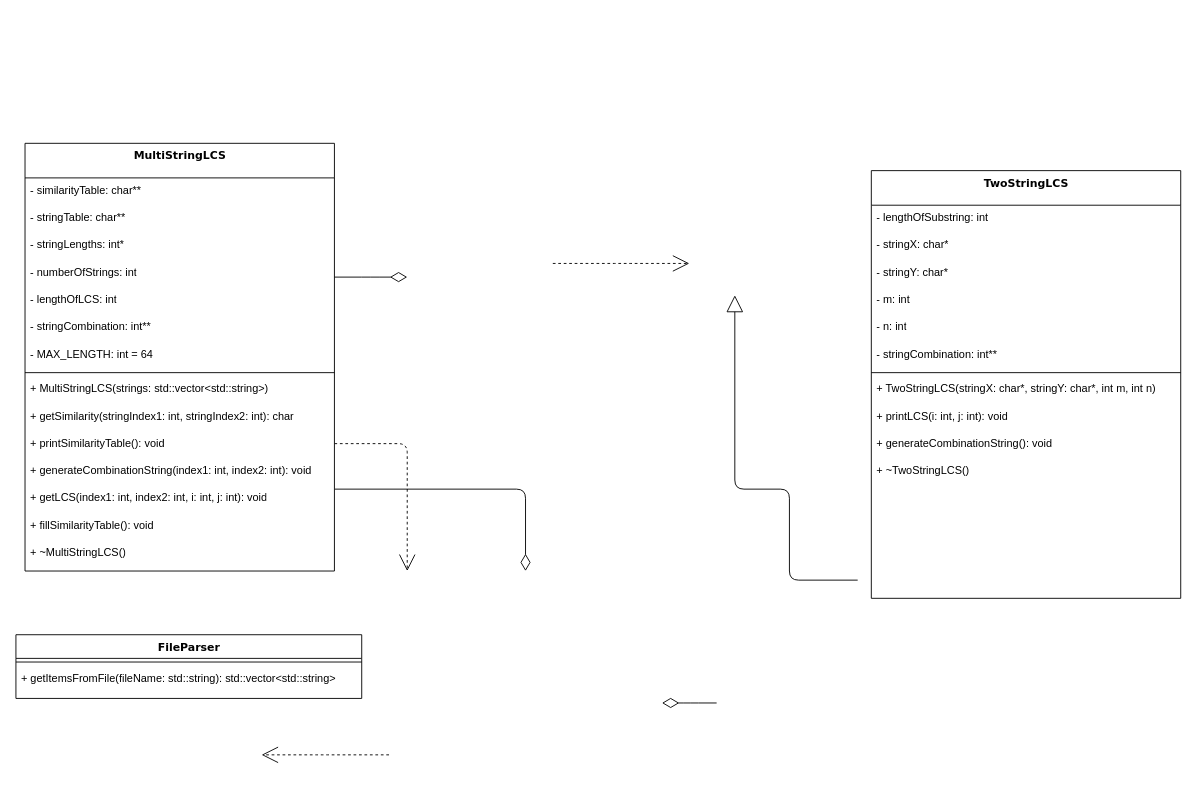
The draw.io diagram UML_Diagram.drawio in collinlowing/cop4534-p5, before the edit. Source tidied: cells renumbered, new cells numbered last; positions are measured from the earlier drawing's top-left corner, leaving out a move shared by most shapes. Both pictures are drawn from the tidied source at 91%, with x=0, y=0 at pixel (15, 143).
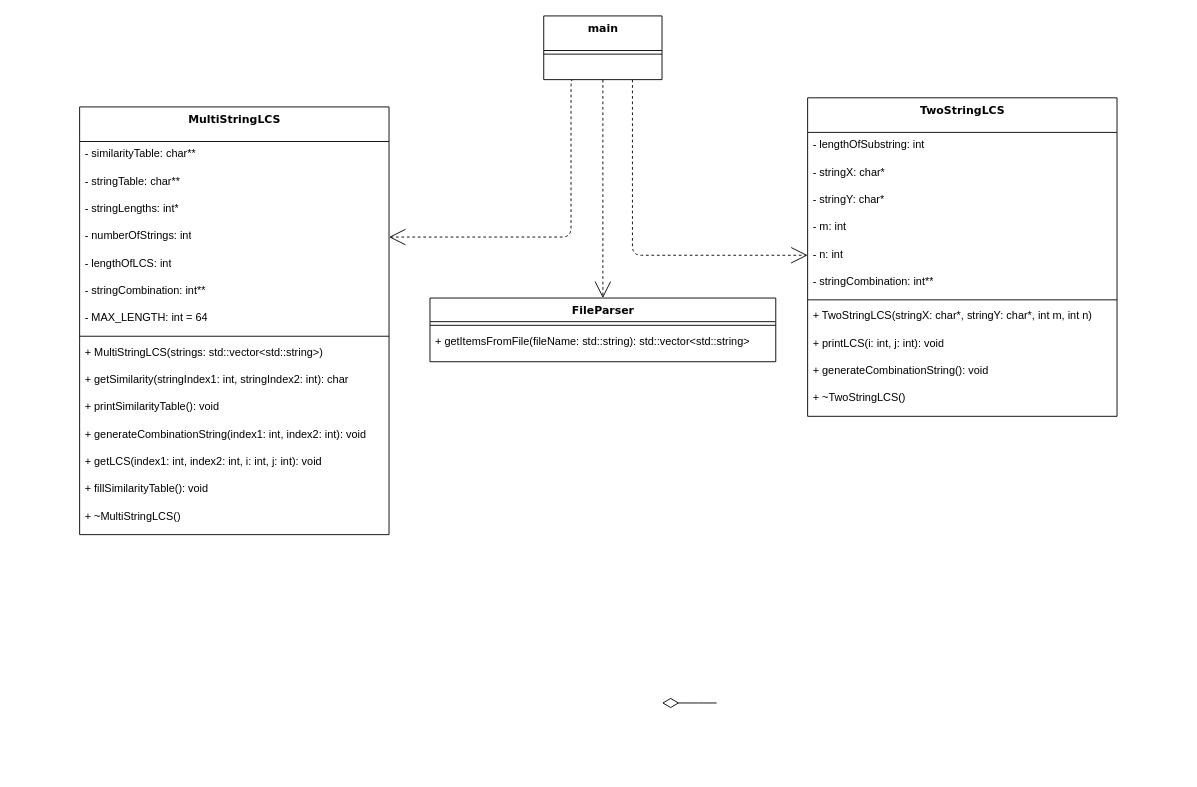
After the change.

Commit message (it also covers changes not shown here):
complete UML diagram

The change refers to these unchanged cells:
```xml
<mxCell id="8" value="- numberOfStrings: int" style="text;html=1;strokeColor=none;fillColor=none;align=left;verticalAlign=top;spacingLeft=4;spacingRight=4;whiteSpace=wrap;overflow=hidden;points=[[0,0.5],[1,0.5]];portConstraint=eastwest;fixedWidth=0;" parent="4" vertex="1">
  <mxGeometry y="128" width="340" height="30" as="geometry" />
</mxCell>
<mxCell id="33" value="- n: int" style="text;html=1;strokeColor=none;fillColor=none;align=left;verticalAlign=top;spacingLeft=4;spacingRight=4;whiteSpace=wrap;overflow=hidden;points=[[0,0.5],[1,0.5]];portConstraint=eastwest;fixedWidth=0;" parent="28" vertex="1">
  <mxGeometry y="158" width="340" height="30" as="geometry" />
</mxCell>
```

What changed in the source:
```diff
@@
-    <mxCell id="2" style="edgeStyle=orthogonalEdgeStyle;html=1;labelBackgroundColor=none;startFill=0;startSize=8;endArrow=open;endFill=0;endSize=16;fontFamily=Verdana;fontSize=12;dashed=1;" parent="1" edge="1" source="4">
+    <mxCell id="2" style="edgeStyle=orthogonalEdgeStyle;html=1;labelBackgroundColor=none;startFill=0;startSize=8;endArrow=open;endFill=0;endSize=16;fontFamily=Verdana;fontSize=12;dashed=1;exitX=0.25;exitY=1;exitDx=0;exitDy=0;entryX=1;entryY=0.5;entryDx=0;entryDy=0;" parent="1" edge="1" source="40" target="8">
       <mxGeometry relative="1" as="geometry">
-        <mxPoint x="430" y="470" as="targetPoint" />
         <Array as="points">
-          <mxPoint x="190" y="330" />
-          <mxPoint x="430" y="330" />
+          <mxPoint x="610" y="-70" />
+          <mxPoint x="610" y="103" />
         </Array>
       </mxGeometry>
     </mxCell>
-    <mxCell id="3" style="edgeStyle=orthogonalEdgeStyle;html=1;labelBackgroundColor=none;startFill=0;startSize=8;endArrow=diamondThin;endFill=0;endSize=16;fontFamily=Verdana;fontSize=12;" parent="1" edge="1" source="4">
-      <mxGeometry relative="1" as="geometry">
-        <mxPoint x="560" y="470" as="targetPoint" />
-        <Array as="points">
-          <mxPoint x="140" y="380" />
-          <mxPoint x="390" y="380" />
-        </Array>
-      </mxGeometry>
-    </mxCell>
     <mxCell id="4" value="MultiStringLCS" style="swimlane;html=1;fontStyle=1;align=center;verticalAlign=top;horizontal=1;startSize=38;swimlaneFillColor=#ffffff;rounded=0;shadow=0;comic=0;labelBackgroundColor=none;strokeWidth=1;fillColor=none;fontFamily=Verdana;fontSize=12;fixedWidth=0;" parent="1" vertex="1">
-      <mxGeometry x="10" width="340" height="470" as="geometry" />
+      <mxGeometry x="70" y="-40" width="340" height="470" as="geometry" />
     </mxCell>
@@
-    <mxCell id="20" style="edgeStyle=elbowEdgeStyle;html=1;labelBackgroundColor=none;startFill=0;startSize=8;endArrow=open;endFill=0;endSize=16;fontFamily=Verdana;fontSize=12;elbow=vertical;dashed=1;" parent="1" edge="1">
+    <mxCell id="20" style="edgeStyle=elbowEdgeStyle;html=1;labelBackgroundColor=none;startFill=0;startSize=8;endArrow=open;endFill=0;endSize=16;fontFamily=Verdana;fontSize=12;elbow=vertical;dashed=1;exitX=0.75;exitY=1;exitDx=0;exitDy=0;entryX=0;entryY=0.5;entryDx=0;entryDy=0;" parent="1" edge="1" source="40" target="33">
       <mxGeometry relative="1" as="geometry">
-        <mxPoint x="590" y="132" as="sourcePoint" />
-        <mxPoint x="740" y="132" as="targetPoint" />
+        <Array as="points">
+          <mxPoint x="780" y="123" />
+        </Array>
       </mxGeometry>
     </mxCell>
-    <mxCell id="21" style="edgeStyle=elbowEdgeStyle;html=1;labelBackgroundColor=none;startFill=0;startSize=8;endArrow=open;endFill=0;endSize=16;fontFamily=Verdana;fontSize=12;elbow=vertical;dashed=1;" parent="1" edge="1">
-      <mxGeometry relative="1" as="geometry">
-        <mxPoint x="410" y="672" as="sourcePoint" />
-        <mxPoint x="270" y="672" as="targetPoint" />
-      </mxGeometry>
+    <mxCell id="21" style="edgeStyle=elbowEdgeStyle;html=1;labelBackgroundColor=none;startFill=0;startSize=8;endArrow=open;endFill=0;endSize=16;fontFamily=Verdana;fontSize=12;elbow=vertical;dashed=1;exitX=0.5;exitY=1;exitDx=0;exitDy=0;entryX=0.5;entryY=0;entryDx=0;entryDy=0;" parent="1" edge="1" source="40" target="25">
+      <mxGeometry relative="1" as="geometry" />
     </mxCell>
@@
-    <mxCell id="23" style="edgeStyle=orthogonalEdgeStyle;html=1;labelBackgroundColor=none;startFill=0;startSize=8;endArrow=block;endFill=0;endSize=16;fontFamily=Verdana;fontSize=12;exitX=0.5;exitY=0;exitDx=0;exitDy=0;" parent="1" edge="1">
-      <mxGeometry relative="1" as="geometry">
-        <mxPoint x="925" y="480" as="sourcePoint" />
-        <mxPoint x="790" y="167" as="targetPoint" />
-        <Array as="points">
-          <mxPoint x="850" y="380" />
-          <mxPoint x="790" y="380" />
-        </Array>
-      </mxGeometry>
-    </mxCell>
-    <mxCell id="24" style="edgeStyle=elbowEdgeStyle;html=1;labelBackgroundColor=none;startFill=0;startSize=8;endArrow=diamondThin;endFill=0;endSize=16;fontFamily=Verdana;fontSize=12;elbow=vertical;" parent="1" edge="1" source="4">
-      <mxGeometry relative="1" as="geometry">
-        <mxPoint x="430" y="147" as="targetPoint" />
-      </mxGeometry>
-    </mxCell>
     <mxCell id="25" value="FileParser" style="swimlane;html=1;fontStyle=1;align=center;verticalAlign=top;horizontal=1;startSize=26;swimlaneFillColor=#ffffff;rounded=0;shadow=0;comic=0;labelBackgroundColor=none;strokeWidth=1;fillColor=none;fontFamily=Verdana;fontSize=12;" parent="1" vertex="1">
-      <mxGeometry y="540" width="380" height="70" as="geometry" />
+      <mxGeometry x="455" y="170" width="380" height="70" as="geometry" />
     </mxCell>
@@
     <mxCell id="28" value="TwoStringLCS" style="swimlane;html=1;fontStyle=1;align=center;verticalAlign=top;horizontal=1;startSize=38;swimlaneFillColor=#ffffff;rounded=0;shadow=0;comic=0;labelBackgroundColor=none;strokeWidth=1;fillColor=none;fontFamily=Verdana;fontSize=12;fixedWidth=0;" parent="1" vertex="1">
-      <mxGeometry x="940" y="30" width="340" height="470" as="geometry" />
+      <mxGeometry x="870" y="-50" width="340" height="350" as="geometry" />
     </mxCell>
@@
+    <mxCell id="40" value="main" style="swimlane;html=1;fontStyle=1;align=center;verticalAlign=top;horizontal=1;startSize=38;swimlaneFillColor=#ffffff;rounded=0;shadow=0;comic=0;labelBackgroundColor=none;strokeWidth=1;fillColor=none;fontFamily=Verdana;fontSize=12;" parent="1" vertex="1">
+      <mxGeometry x="580" y="-140" width="130" height="70" as="geometry" />
+    </mxCell>
+    <mxCell id="41" style="line;html=1;strokeWidth=1;fillColor=none;align=left;verticalAlign=middle;spacingTop=-1;spacingLeft=3;spacingRight=3;labelPosition=right;" parent="40" vertex="1">
+      <mxGeometry y="38" width="130" height="8" as="geometry" />
+    </mxCell>
```
